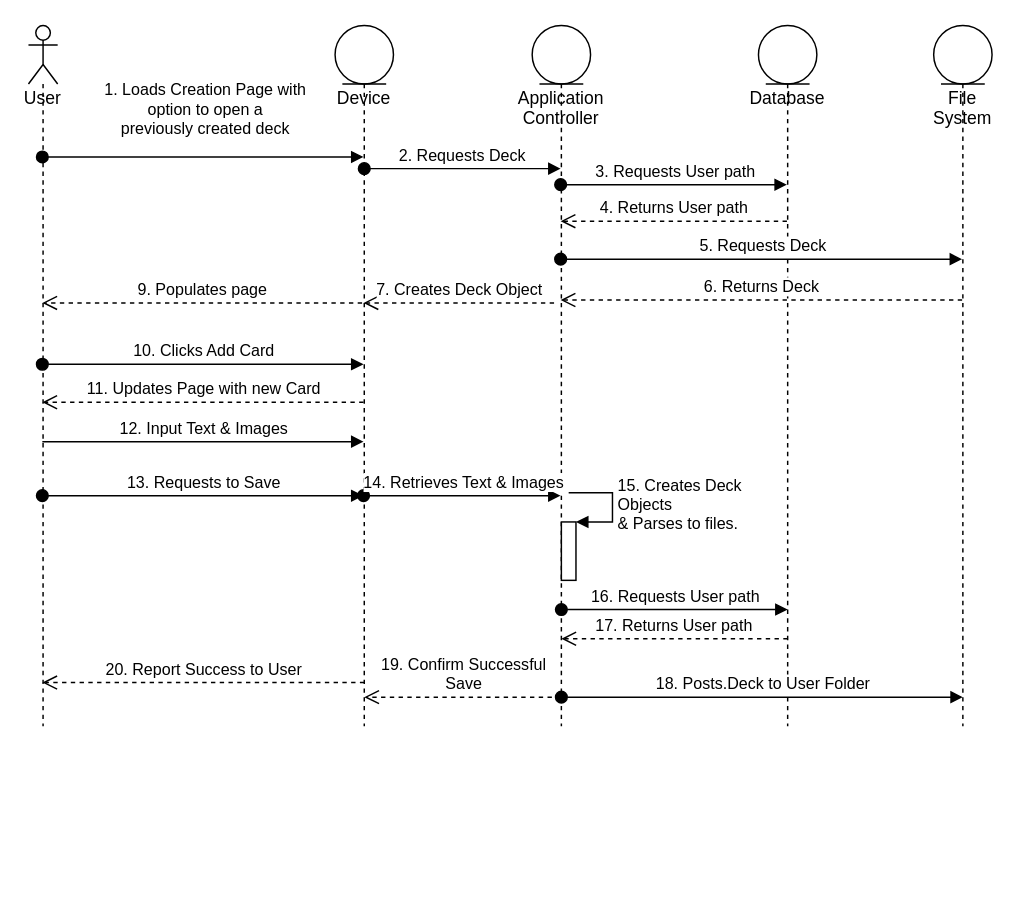
Before: UML_Diagrams/sequence/Flashcard Study Sequence.drawio in kylehackett99/HourWork, a draw.io diagram. Source tidied: cells renumbered, new cells numbered last; positions are measured from the earlier drawing's top-left corner, leaving out a move shared by most shapes. Both pictures are drawn from the tidied source at 146%, with x=0, y=0 at pixel (28, 25).
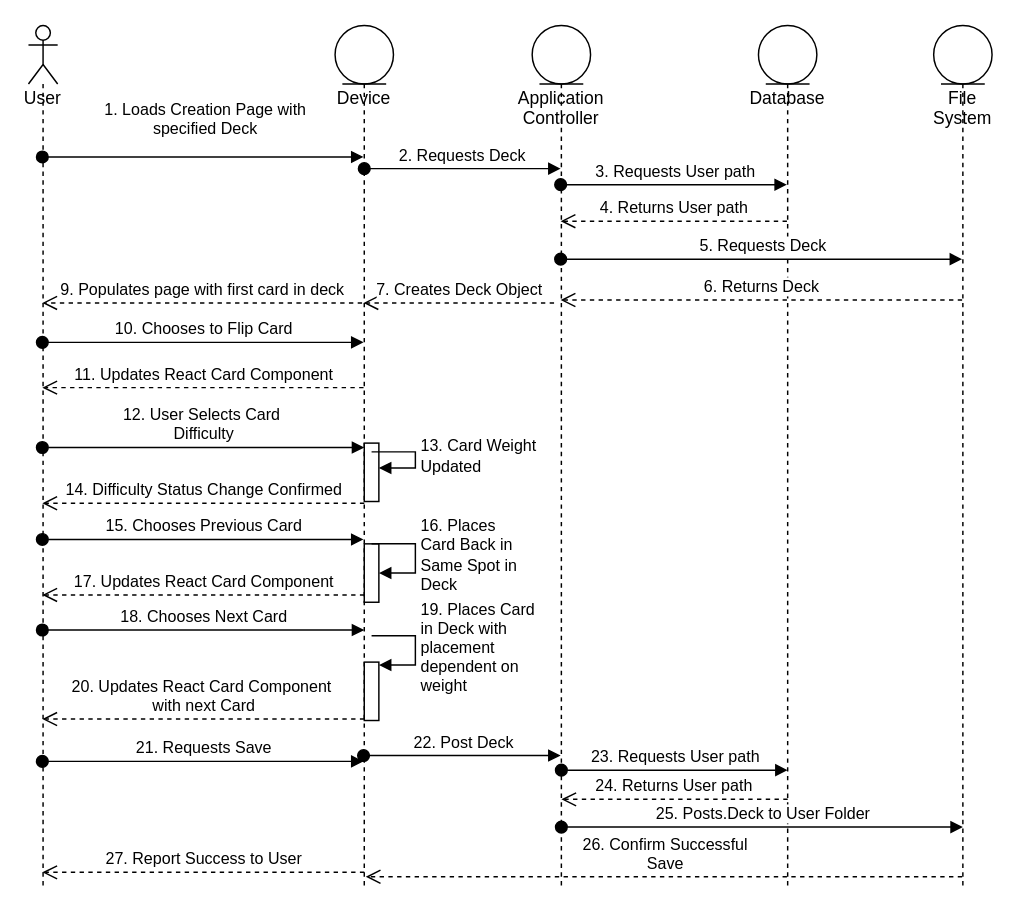
The same diagram, later.

The edit, as a diff of the source:
```diff
@@
     <mxCell id="2" value="User" style="shape=umlLifeline;participant=umlActor;perimeter=lifelinePerimeter;whiteSpace=wrap;html=1;verticalAlign=top;spacingTop=36;outlineConnect=0;" parent="1" vertex="1">
-      <mxGeometry width="20" height="480" as="geometry" />
+      <mxGeometry width="20" height="590" as="geometry" />
     </mxCell>
     <mxCell id="3" value="Device" style="shape=umlLifeline;participant=umlEntity;perimeter=lifelinePerimeter;whiteSpace=wrap;html=1;verticalAlign=top;spacingTop=36;outlineConnect=0;" parent="1" vertex="1">
-      <mxGeometry x="210" width="40" height="480" as="geometry" />
+      <mxGeometry x="210" width="40" height="590" as="geometry" />
     </mxCell>
@@
+    <mxCell id="27" style="html=1;perimeter=orthogonalPerimeter;" parent="3" vertex="1">
+      <mxGeometry x="20" y="286" width="10" height="40" as="geometry" />
+    </mxCell>
+    <mxCell id="28" value="13. Card Weight&lt;br&gt;Updated" style="edgeStyle=orthogonalEdgeStyle;html=1;align=left;spacingLeft=2;endArrow=block;rounded=0;entryX=1;entryY=0;" parent="3" edge="1">
+      <mxGeometry relative="1" as="geometry">
+        <mxPoint x="25" y="292" as="sourcePoint" />
+        <mxPoint x="30" y="303" as="targetPoint" />
+        <Array as="points">
+          <mxPoint x="55" y="292" />
+        </Array>
+      </mxGeometry>
+    </mxCell>
+    <mxCell id="29" style="html=1;perimeter=orthogonalPerimeter;" parent="3" vertex="1">
+      <mxGeometry x="20" y="355" width="10" height="40" as="geometry" />
+    </mxCell>
+    <mxCell id="30" value="16. Places&amp;nbsp;&lt;br&gt;Card Back in&amp;nbsp;&lt;br&gt;Same Spot in&lt;br&gt;Deck" style="edgeStyle=orthogonalEdgeStyle;html=1;align=left;spacingLeft=2;endArrow=block;rounded=0;entryX=1;entryY=0;" parent="3" edge="1">
+      <mxGeometry relative="1" as="geometry">
+        <mxPoint x="25" y="355" as="sourcePoint" />
+        <mxPoint x="30" y="375" as="targetPoint" />
+        <Array as="points">
+          <mxPoint x="55" y="355" />
+        </Array>
+      </mxGeometry>
+    </mxCell>
+    <mxCell id="31" style="html=1;perimeter=orthogonalPerimeter;" parent="3" vertex="1">
+      <mxGeometry x="20" y="436" width="10" height="40" as="geometry" />
+    </mxCell>
+    <mxCell id="32" value="19. Places Card&lt;br&gt;in Deck with&amp;nbsp;&lt;br&gt;placement&lt;br&gt;dependent on&amp;nbsp;&lt;br&gt;weight" style="edgeStyle=orthogonalEdgeStyle;html=1;align=left;spacingLeft=2;endArrow=block;rounded=0;entryX=1;entryY=0;" parent="3" edge="1">
+      <mxGeometry relative="1" as="geometry">
+        <mxPoint x="25" y="418" as="sourcePoint" />
+        <mxPoint x="30" y="438" as="targetPoint" />
+        <Array as="points">
+          <mxPoint x="55" y="418" />
+        </Array>
+      </mxGeometry>
+    </mxCell>
     <mxCell id="5" value="Application Controller" style="shape=umlLifeline;participant=umlEntity;perimeter=lifelinePerimeter;whiteSpace=wrap;html=1;verticalAlign=top;spacingTop=36;outlineConnect=0;" parent="1" vertex="1">
-      <mxGeometry x="345" width="40" height="480" as="geometry" />
+      <mxGeometry x="345" width="40" height="590" as="geometry" />
     </mxCell>
-    <mxCell id="6" style="html=1;points=[];perimeter=orthogonalPerimeter;" parent="5" vertex="1">
-      <mxGeometry x="20" y="340" width="10" height="40" as="geometry" />
-    </mxCell>
-    <mxCell id="7" value="15. Creates Deck &lt;br&gt;Objects&lt;br&gt;&amp;amp; Parses to files." style="edgeStyle=orthogonalEdgeStyle;html=1;align=left;spacingLeft=2;endArrow=block;rounded=0;entryX=1;entryY=0;" parent="5" edge="1" target="6">
-      <mxGeometry relative="1" as="geometry">
-        <mxPoint x="25" y="320" as="sourcePoint" />
-        <Array as="points">
-          <mxPoint x="55" y="320" />
-        </Array>
-      </mxGeometry>
-    </mxCell>
     <mxCell id="8" value="Database" style="shape=umlLifeline;participant=umlEntity;perimeter=lifelinePerimeter;whiteSpace=wrap;html=1;verticalAlign=top;spacingTop=36;outlineConnect=0;" parent="1" vertex="1">
-      <mxGeometry x="500" width="40" height="480" as="geometry" />
+      <mxGeometry x="500" width="40" height="590" as="geometry" />
     </mxCell>
-    <mxCell id="9" value="18. Posts.Deck to User Folder" style="html=1;verticalAlign=bottom;startArrow=oval;startFill=1;endArrow=block;startSize=8;rounded=0;" parent="8" edge="1">
-      <mxGeometry relative="1" as="geometry">
-        <mxPoint x="-135" y="460" as="sourcePoint" />
-        <mxPoint x="140" y="460" as="targetPoint" />
-      </mxGeometry>
-    </mxCell>
-    <mxCell id="10" value="1. Loads Creation Page with &lt;br&gt;option to open a &lt;br&gt;previously created deck&lt;br&gt;" style="html=1;verticalAlign=bottom;startArrow=oval;startFill=1;endArrow=block;startSize=8;rounded=0;" parent="1" edge="1" source="2" target="3">
+    <mxCell id="10" value="1. Loads Creation Page with &lt;br&gt;specified Deck" style="html=1;verticalAlign=bottom;startArrow=oval;startFill=1;endArrow=block;startSize=8;rounded=0;" parent="1" edge="1" source="2" target="3">
       <mxGeometry y="10" relative="1" as="geometry">
         <Array as="points">
           <mxPoint x="90" y="90" />
           <mxPoint x="170" y="90" />
         </Array>
         <mxPoint x="1" as="offset" />
       </mxGeometry>
     </mxCell>
-    <mxCell id="11" value="10. Clicks Add Card" style="html=1;verticalAlign=bottom;startArrow=oval;startFill=1;endArrow=block;startSize=8;rounded=0;" parent="1" edge="1" source="2" target="3">
-      <mxGeometry relative="1" as="geometry">
-        <Array as="points">
-          <mxPoint x="50" y="232" />
-        </Array>
-      </mxGeometry>
-    </mxCell>
-    <mxCell id="12" value="11. Updates Page with new Card" style="html=1;verticalAlign=bottom;endArrow=open;dashed=1;endSize=8;rounded=0;" parent="1" edge="1">
-      <mxGeometry relative="1" as="geometry">
-        <mxPoint x="229.5" y="258" as="sourcePoint" />
-        <mxPoint x="9.5" y="258" as="targetPoint" />
-      </mxGeometry>
-    </mxCell>
-    <mxCell id="13" value="12. Input Text &amp;amp; Images" style="html=1;verticalAlign=bottom;endArrow=block;rounded=0;" parent="1" edge="1">
-      <mxGeometry relative="1" as="geometry">
-        <mxPoint x="9.5" y="285" as="sourcePoint" />
-        <mxPoint x="229.5" y="285" as="targetPoint" />
-      </mxGeometry>
-    </mxCell>
@@
     <mxCell id="15" value="File System" style="shape=umlLifeline;participant=umlEntity;perimeter=lifelinePerimeter;whiteSpace=wrap;html=1;verticalAlign=top;spacingTop=36;" parent="1" vertex="1">
-      <mxGeometry x="620" width="40" height="480" as="geometry" />
+      <mxGeometry x="620" width="40" height="590" as="geometry" />
     </mxCell>
@@
-    <mxCell id="20" value="9. Populates page" style="html=1;verticalAlign=bottom;endArrow=open;dashed=1;endSize=8;rounded=0;" parent="1" edge="1" target="2">
+    <mxCell id="20" value="9. Populates page with first card in deck" style="html=1;verticalAlign=bottom;endArrow=open;dashed=1;endSize=8;rounded=0;" parent="1" edge="1" target="2">
       <mxGeometry relative="1" as="geometry">
         <mxPoint x="228.5" y="190" as="sourcePoint" />
       </mxGeometry>
     </mxCell>
-    <mxCell id="21" value="13. Requests to Save" style="html=1;verticalAlign=bottom;startArrow=oval;startFill=1;endArrow=block;startSize=8;rounded=0;" parent="1" edge="1" source="2">
-      <mxGeometry relative="1" as="geometry">
-        <mxPoint x="229.5" y="322" as="targetPoint" />
-      </mxGeometry>
-    </mxCell>
-    <mxCell id="22" value="14. Retrieves Text &amp;amp; Images" style="html=1;verticalAlign=bottom;startArrow=oval;startFill=1;endArrow=block;startSize=8;rounded=0;" parent="1" edge="1">
-      <mxGeometry relative="1" as="geometry">
-        <mxPoint x="229.5" y="322" as="sourcePoint" />
-        <mxPoint x="364.5" y="322" as="targetPoint" />
-      </mxGeometry>
-    </mxCell>
-    <mxCell id="23" value="16. Requests User path" style="html=1;verticalAlign=bottom;startArrow=oval;startFill=1;endArrow=block;startSize=8;rounded=0;" parent="1" edge="1">
+    <mxCell id="23" value="23. Requests User path" style="html=1;verticalAlign=bottom;startArrow=oval;startFill=1;endArrow=block;startSize=8;rounded=0;" parent="1" edge="1">
       <mxGeometry relative="1" as="geometry">
-        <mxPoint x="365" y="400" as="sourcePoint" />
-        <mxPoint x="520" y="400" as="targetPoint" />
+        <mxPoint x="365" y="510" as="sourcePoint" />
+        <mxPoint x="520" y="510" as="targetPoint" />
       </mxGeometry>
     </mxCell>
-    <mxCell id="24" value="17. Returns User path" style="html=1;verticalAlign=bottom;endArrow=open;dashed=1;endSize=8;rounded=0;" parent="1" edge="1">
+    <mxCell id="24" value="24. Returns User path" style="html=1;verticalAlign=bottom;endArrow=open;dashed=1;endSize=8;rounded=0;" parent="1" edge="1">
       <mxGeometry relative="1" as="geometry">
-        <mxPoint x="520" y="420" as="sourcePoint" />
-        <mxPoint x="365" y="420" as="targetPoint" />
+        <mxPoint x="520" y="530" as="sourcePoint" />
+        <mxPoint x="365" y="530" as="targetPoint" />
       </mxGeometry>
     </mxCell>
-    <mxCell id="25" value="19. Confirm Successful&lt;br&gt;Save" style="html=1;verticalAlign=bottom;endArrow=open;dashed=1;endSize=8;rounded=0;" parent="1" edge="1" source="5">
+    <mxCell id="25" value="26. Confirm Successful&lt;br&gt;Save" style="html=1;verticalAlign=bottom;endArrow=open;dashed=1;endSize=8;rounded=0;" parent="1" edge="1">
       <mxGeometry relative="1" as="geometry">
-        <mxPoint x="230" y="460" as="targetPoint" />
+        <mxPoint x="639.5" y="583" as="sourcePoint" />
+        <mxPoint x="231" y="583" as="targetPoint" />
       </mxGeometry>
     </mxCell>
-    <mxCell id="26" value="20. Report Success to User" style="html=1;verticalAlign=bottom;endArrow=open;dashed=1;endSize=8;rounded=0;" parent="1" edge="1" target="2">
+    <mxCell id="26" value="27. Report Success to User" style="html=1;verticalAlign=bottom;endArrow=open;dashed=1;endSize=8;rounded=0;" parent="1" edge="1">
       <mxGeometry relative="1" as="geometry">
-        <mxPoint x="230" y="450" as="sourcePoint" />
+        <mxPoint x="230" y="580" as="sourcePoint" />
+        <mxPoint x="9.5" y="580" as="targetPoint" />
       </mxGeometry>
     </mxCell>
+    <mxCell id="33" value="10. Chooses to Flip Card" style="html=1;verticalAlign=bottom;startArrow=oval;startFill=1;endArrow=block;startSize=8;rounded=0;" parent="1" edge="1">
+      <mxGeometry relative="1" as="geometry">
+        <mxPoint x="9.5" y="217" as="sourcePoint" />
+        <mxPoint x="229.5" y="217" as="targetPoint" />
+      </mxGeometry>
+    </mxCell>
+    <mxCell id="34" value="11. Updates React Card Component" style="html=1;verticalAlign=bottom;endArrow=open;dashed=1;endSize=8;rounded=0;" parent="1" edge="1">
+      <mxGeometry relative="1" as="geometry">
+        <mxPoint x="229.5" y="248" as="sourcePoint" />
+        <mxPoint x="9.5" y="248" as="targetPoint" />
+      </mxGeometry>
+    </mxCell>
+    <mxCell id="35" value="12. User Selects Card&amp;nbsp;&lt;br&gt;Difficulty" style="html=1;verticalAlign=bottom;startArrow=oval;startFill=1;endArrow=block;startSize=8;rounded=0;" parent="1" edge="1">
+      <mxGeometry relative="1" as="geometry">
+        <mxPoint x="9.5" y="289" as="sourcePoint" />
+        <mxPoint x="230" y="289" as="targetPoint" />
+      </mxGeometry>
+    </mxCell>
+    <mxCell id="36" value="14. Difficulty Status Change Confirmed" style="html=1;verticalAlign=bottom;endArrow=open;dashed=1;endSize=8;rounded=0;exitX=0.5;exitY=0.813;exitDx=0;exitDy=0;exitPerimeter=0;" parent="1" edge="1">
+      <mxGeometry relative="1" as="geometry">
+        <mxPoint x="230" y="327.2" as="sourcePoint" />
+        <mxPoint x="9.5" y="327.2" as="targetPoint" />
+      </mxGeometry>
+    </mxCell>
+    <mxCell id="37" value="15. Chooses Previous Card" style="html=1;verticalAlign=bottom;startArrow=oval;startFill=1;endArrow=block;startSize=8;rounded=0;" parent="1" edge="1">
+      <mxGeometry relative="1" as="geometry">
+        <mxPoint x="9.5" y="352" as="sourcePoint" />
+        <mxPoint x="229.5" y="352" as="targetPoint" />
+      </mxGeometry>
+    </mxCell>
+    <mxCell id="38" value="18. Chooses Next Card" style="html=1;verticalAlign=bottom;startArrow=oval;startFill=1;endArrow=block;startSize=8;rounded=0;" parent="1" edge="1">
+      <mxGeometry relative="1" as="geometry">
+        <mxPoint x="9.5" y="414" as="sourcePoint" />
+        <mxPoint x="230" y="414" as="targetPoint" />
+      </mxGeometry>
+    </mxCell>
+    <mxCell id="39" value="20. Updates React Card Component&amp;nbsp;&lt;br&gt;with next Card" style="html=1;verticalAlign=bottom;endArrow=open;dashed=1;endSize=8;rounded=0;" parent="1" edge="1">
+      <mxGeometry relative="1" as="geometry">
+        <mxPoint x="230" y="475" as="sourcePoint" />
+        <mxPoint x="9.5" y="475" as="targetPoint" />
+      </mxGeometry>
+    </mxCell>
+    <mxCell id="40" value="21. Requests Save" style="html=1;verticalAlign=bottom;startArrow=oval;startFill=1;endArrow=block;startSize=8;rounded=0;" parent="1" edge="1">
+      <mxGeometry relative="1" as="geometry">
+        <mxPoint x="9.5" y="504" as="sourcePoint" />
+        <mxPoint x="229.5" y="504" as="targetPoint" />
+      </mxGeometry>
+    </mxCell>
+    <mxCell id="41" value="22. Post Deck" style="html=1;verticalAlign=bottom;startArrow=oval;startFill=1;endArrow=block;startSize=8;rounded=0;" parent="1" edge="1" source="3" target="5">
+      <mxGeometry relative="1" as="geometry">
+        <Array as="points">
+          <mxPoint x="350" y="500" />
+        </Array>
+      </mxGeometry>
+    </mxCell>
+    <mxCell id="9" value="25. Posts.Deck to User Folder" style="html=1;verticalAlign=bottom;startArrow=oval;startFill=1;endArrow=block;startSize=8;rounded=0;" parent="1" edge="1">
+      <mxGeometry relative="1" as="geometry">
+        <mxPoint x="365" y="549" as="sourcePoint" />
+        <mxPoint x="640" y="549" as="targetPoint" />
+      </mxGeometry>
+    </mxCell>
+    <mxCell id="42" value="17. Updates React Card Component" style="html=1;verticalAlign=bottom;endArrow=open;dashed=1;endSize=8;rounded=0;" parent="1" edge="1" target="2">
+      <mxGeometry relative="1" as="geometry">
+        <mxPoint x="230" y="390" as="sourcePoint" />
+      </mxGeometry>
+    </mxCell>
```
